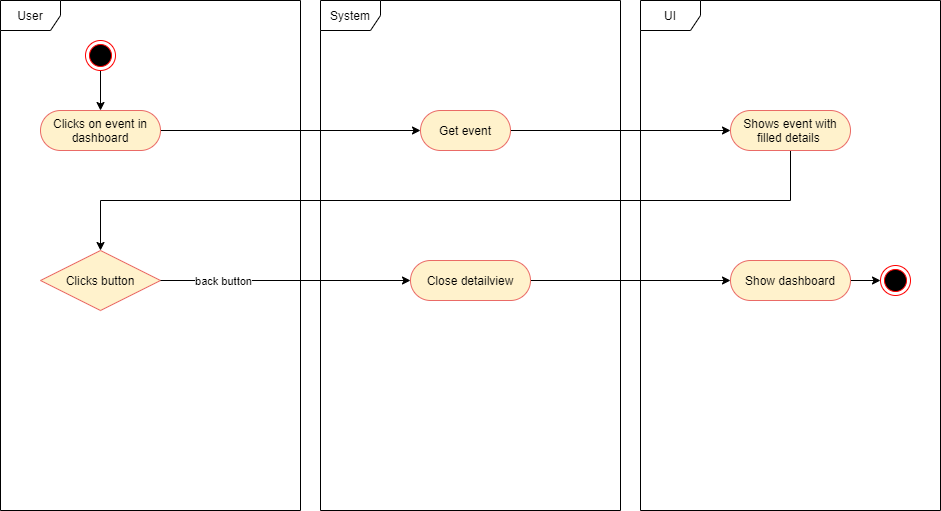
Earlier version of the draw.io export UCS/Show Event Details.png (Honrix/PlandoraDocumentation). Source tidied: cells renumbered, new cells last; positions are measured from the earlier drawing's top-left corner, leaving out a move shared by most shapes.
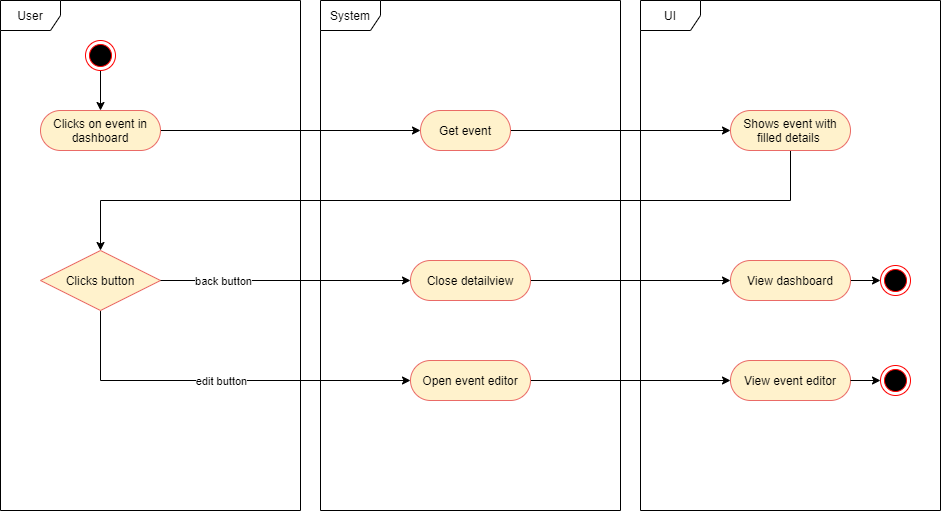
Later version of the same file.

Change to the diagram source:
```diff
@@ -5,6 +5,13 @@
     <mxCell id="2" value="User" style="shape=umlFrame;whiteSpace=wrap;html=1;rounded=1;" parent="1" vertex="1">
       <mxGeometry width="300" height="510" as="geometry" />
     </mxCell>
+    <mxCell id="21" style="edgeStyle=orthogonalEdgeStyle;rounded=0;jettySize=auto;html=1;entryX=0;entryY=0.5;entryDx=0;entryDy=0;" parent="1" edge="1" source="3" target="23">
+      <mxGeometry relative="1" as="geometry">
+        <Array as="points">
+          <mxPoint x="100" y="380" />
+        </Array>
+      </mxGeometry>
+    </mxCell>
     <mxCell id="3" value="Clicks button" style="shape=rhombus;perimeter=rhombusPerimeter;whiteSpace=wrap;html=1;align=center;rounded=0;fillColor=#fff2cc;strokeColor=#EA6B66;" parent="1" vertex="1">
       <mxGeometry x="40" y="250" width="120" height="60" as="geometry" />
     </mxCell>
@@ -46,7 +53,7 @@
     <mxCell id="14" style="edgeStyle=orthogonalEdgeStyle;rounded=0;jettySize=auto;html=1;" parent="1" edge="1" source="15" target="20">
       <mxGeometry relative="1" as="geometry" />
     </mxCell>
-    <mxCell id="15" value="Show dashboard" style="rounded=1;whiteSpace=wrap;html=1;arcSize=50;fillColor=#fff2cc;strokeColor=#EA6B66;" parent="1" vertex="1">
+    <mxCell id="15" value="View dashboard" style="rounded=1;whiteSpace=wrap;html=1;arcSize=50;fillColor=#fff2cc;strokeColor=#EA6B66;" parent="1" vertex="1">
       <mxGeometry x="730" y="260" width="120" height="40" as="geometry" />
     </mxCell>
     <mxCell id="16" style="edgeStyle=orthogonalEdgeStyle;rounded=0;jettySize=auto;html=1;entryX=0;entryY=0.5;entryDx=0;entryDy=0;exitX=1;exitY=0.5;exitDx=0;exitDy=0;" parent="1" edge="1" source="3" target="19">
@@ -66,5 +73,25 @@
     <mxCell id="20" style="ellipse;html=1;shape=endState;fillColor=#000000;strokeColor=#ff0000;rounded=1;" parent="1" vertex="1">
       <mxGeometry x="880" y="265" width="30" height="30" as="geometry" />
     </mxCell>
+    <mxCell id="22" style="edgeStyle=orthogonalEdgeStyle;rounded=0;jettySize=auto;html=1;exitX=1;exitY=0.5;exitDx=0;exitDy=0;" parent="1" edge="1" source="23" target="25">
+      <mxGeometry relative="1" as="geometry" />
+    </mxCell>
+    <mxCell id="23" value="Open event editor" style="rounded=1;whiteSpace=wrap;html=1;arcSize=50;fillColor=#fff2cc;strokeColor=#EA6B66;" parent="1" vertex="1">
+      <mxGeometry x="410" y="360" width="120" height="40" as="geometry" />
+    </mxCell>
+    <mxCell id="24" value="edit button" style="edgeLabel;html=1;align=center;verticalAlign=middle;" parent="1" vertex="1">
+      <mxGeometry x="220" y="380" as="geometry" />
+    </mxCell>
+    <mxCell id="25" value="View event editor" style="rounded=1;whiteSpace=wrap;html=1;arcSize=50;fillColor=#fff2cc;strokeColor=#EA6B66;" parent="1" vertex="1">
+      <mxGeometry x="730" y="360" width="120" height="40" as="geometry" />
+    </mxCell>
+    <mxCell id="26" style="edgeStyle=orthogonalEdgeStyle;rounded=0;jettySize=auto;html=1;" parent="1" edge="1" target="27">
+      <mxGeometry relative="1" as="geometry">
+        <mxPoint x="850" y="380" as="sourcePoint" />
+      </mxGeometry>
+    </mxCell>
+    <mxCell id="27" style="ellipse;html=1;shape=endState;fillColor=#000000;strokeColor=#ff0000;rounded=1;" parent="1" vertex="1">
+      <mxGeometry x="880" y="365" width="30" height="30" as="geometry" />
+    </mxCell>
   </root>
 </mxGraphModel>
```
